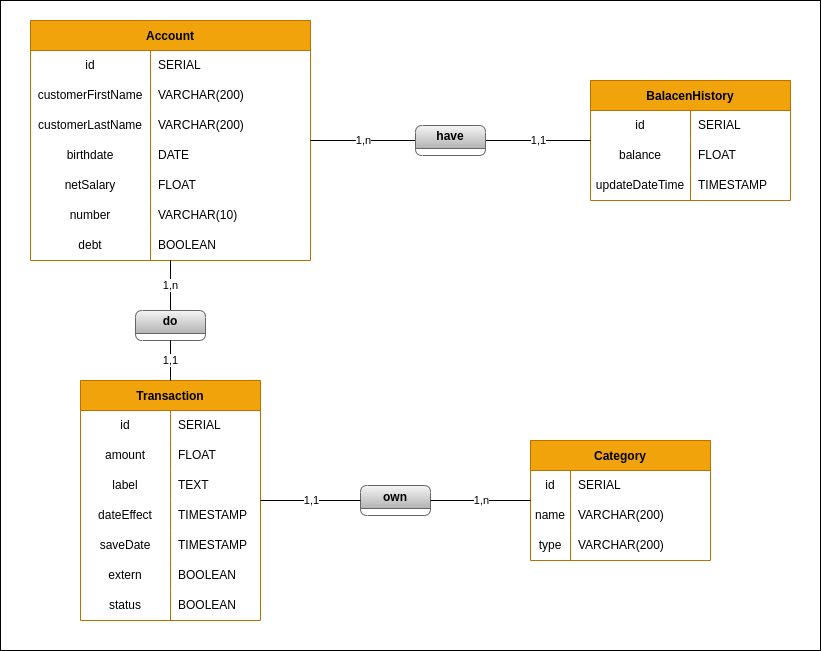
The draw.io diagram docs/MCD.png in NumBank/NumBank-API, before a commit. Source tidied: cells renumbered, new cells last; positions are measured from the earlier drawing's top-left corner, leaving out a move shared by most shapes. The source it was exported from:
```xml
<mxGraphModel background="#ffffff">
  <root>
    <mxCell id="0" />
    <mxCell id="1" parent="0" />
    <mxCell id="2" value="Account" style="shape=table;startSize=30;rowLines=0;fontStyle=1;fillColor=#f0a30a;fontColor=#000000;strokeColor=#BD7000;" parent="1" vertex="1">
      <mxGeometry x="30" y="20" width="280" height="240" as="geometry" />
    </mxCell>
    <mxCell id="3" style="shape=tableRow;horizontal=0;startSize=0;swimlaneHead=0;swimlaneBody=0;top=0;left=0;bottom=0;right=0;fillColor=none;" parent="2" vertex="1">
      <mxGeometry y="30" width="280" height="30" as="geometry" />
    </mxCell>
    <mxCell id="4" value="id" style="shape=partialRectangle;html=1;whiteSpace=wrap;fillColor=none;top=0;left=0;bottom=0;right=0;overflow=hidden;" parent="3" vertex="1">
      <mxGeometry width="120" height="30" as="geometry" />
    </mxCell>
    <mxCell id="5" value="SERIAL" style="shape=partialRectangle;html=1;whiteSpace=wrap;fillColor=none;top=0;left=0;bottom=0;right=0;align=left;spacingLeft=6;overflow=hidden;" parent="3" vertex="1">
      <mxGeometry x="120" width="160" height="30" as="geometry" />
    </mxCell>
    <mxCell id="6" style="shape=tableRow;horizontal=0;startSize=0;swimlaneHead=0;swimlaneBody=0;top=0;left=0;bottom=0;right=0;fillColor=none;" parent="2" vertex="1">
      <mxGeometry y="60" width="280" height="30" as="geometry" />
    </mxCell>
    <mxCell id="7" value="customerFirstName" style="shape=partialRectangle;html=1;whiteSpace=wrap;fillColor=none;top=0;left=0;bottom=0;right=0;overflow=hidden;" parent="6" vertex="1">
      <mxGeometry width="120" height="30" as="geometry" />
    </mxCell>
    <mxCell id="8" value="VARCHAR(200)" style="shape=partialRectangle;html=1;whiteSpace=wrap;fillColor=none;top=0;left=0;bottom=0;right=0;align=left;spacingLeft=6;overflow=hidden;" parent="6" vertex="1">
      <mxGeometry x="120" width="160" height="30" as="geometry" />
    </mxCell>
    <mxCell id="9" style="shape=tableRow;horizontal=0;startSize=0;swimlaneHead=0;swimlaneBody=0;top=0;left=0;bottom=0;right=0;fillColor=none;" parent="2" vertex="1">
      <mxGeometry y="90" width="280" height="30" as="geometry" />
    </mxCell>
    <mxCell id="10" value="customerLastName" style="shape=partialRectangle;html=1;whiteSpace=wrap;fillColor=none;top=0;left=0;bottom=0;right=0;overflow=hidden;" parent="9" vertex="1">
      <mxGeometry width="120" height="30" as="geometry" />
    </mxCell>
    <mxCell id="11" value="VARCHAR(200)" style="shape=partialRectangle;html=1;whiteSpace=wrap;fillColor=none;top=0;left=0;bottom=0;right=0;align=left;spacingLeft=6;overflow=hidden;" parent="9" vertex="1">
      <mxGeometry x="120" width="160" height="30" as="geometry" />
    </mxCell>
    <mxCell id="12" style="shape=tableRow;horizontal=0;startSize=0;swimlaneHead=0;swimlaneBody=0;top=0;left=0;bottom=0;right=0;fillColor=none;" parent="2" vertex="1">
      <mxGeometry y="120" width="280" height="30" as="geometry" />
    </mxCell>
    <mxCell id="13" value="birthdate" style="shape=partialRectangle;html=1;whiteSpace=wrap;fillColor=none;top=0;left=0;bottom=0;right=0;overflow=hidden;" parent="12" vertex="1">
      <mxGeometry width="120" height="30" as="geometry" />
    </mxCell>
    <mxCell id="14" value="DATE" style="shape=partialRectangle;html=1;whiteSpace=wrap;fillColor=none;top=0;left=0;bottom=0;right=0;align=left;spacingLeft=6;overflow=hidden;" parent="12" vertex="1">
      <mxGeometry x="120" width="160" height="30" as="geometry" />
    </mxCell>
    <mxCell id="15" style="shape=tableRow;horizontal=0;startSize=0;swimlaneHead=0;swimlaneBody=0;top=0;left=0;bottom=0;right=0;fillColor=none;" parent="2" vertex="1">
      <mxGeometry y="150" width="280" height="30" as="geometry" />
    </mxCell>
    <mxCell id="16" value="netSalary" style="shape=partialRectangle;html=1;whiteSpace=wrap;fillColor=none;top=0;left=0;bottom=0;right=0;overflow=hidden;" parent="15" vertex="1">
      <mxGeometry width="120" height="30" as="geometry" />
    </mxCell>
    <mxCell id="17" value="FLOAT" style="shape=partialRectangle;html=1;whiteSpace=wrap;fillColor=none;top=0;left=0;bottom=0;right=0;align=left;spacingLeft=6;overflow=hidden;" parent="15" vertex="1">
      <mxGeometry x="120" width="160" height="30" as="geometry" />
    </mxCell>
    <mxCell id="18" style="shape=tableRow;horizontal=0;startSize=0;swimlaneHead=0;swimlaneBody=0;top=0;left=0;bottom=0;right=0;fillColor=none;" parent="2" vertex="1">
      <mxGeometry y="180" width="280" height="30" as="geometry" />
    </mxCell>
    <mxCell id="19" value="number" style="shape=partialRectangle;html=1;whiteSpace=wrap;fillColor=none;top=0;left=0;bottom=0;right=0;overflow=hidden;" parent="18" vertex="1">
      <mxGeometry width="120" height="30" as="geometry" />
    </mxCell>
    <mxCell id="20" value="VARCHAR(10)" style="shape=partialRectangle;html=1;whiteSpace=wrap;fillColor=none;top=0;left=0;bottom=0;right=0;align=left;spacingLeft=6;overflow=hidden;" parent="18" vertex="1">
      <mxGeometry x="120" width="160" height="30" as="geometry" />
    </mxCell>
    <mxCell id="21" style="shape=tableRow;horizontal=0;startSize=0;swimlaneHead=0;swimlaneBody=0;top=0;left=0;bottom=0;right=0;fillColor=none;" parent="2" vertex="1">
      <mxGeometry y="210" width="280" height="30" as="geometry" />
    </mxCell>
    <mxCell id="22" value="debt" style="shape=partialRectangle;html=1;whiteSpace=wrap;fillColor=none;top=0;left=0;bottom=0;right=0;overflow=hidden;" parent="21" vertex="1">
      <mxGeometry width="120" height="30" as="geometry" />
    </mxCell>
    <mxCell id="23" value="BOOLEAN" style="shape=partialRectangle;html=1;whiteSpace=wrap;fillColor=none;top=0;left=0;bottom=0;right=0;align=left;spacingLeft=6;overflow=hidden;" parent="21" vertex="1">
      <mxGeometry x="120" width="160" height="30" as="geometry" />
    </mxCell>
    <mxCell id="24" value="BalacenHistory" style="shape=table;startSize=30;rowLines=0;fontStyle=1;fillColor=#f0a30a;fontColor=#000000;strokeColor=#BD7000;" parent="1" vertex="1">
      <mxGeometry x="590" y="80" width="200" height="120" as="geometry" />
    </mxCell>
    <mxCell id="25" style="shape=tableRow;horizontal=0;startSize=0;swimlaneHead=0;swimlaneBody=0;top=0;left=0;bottom=0;right=0;fillColor=none;" parent="24" vertex="1">
      <mxGeometry y="30" width="200" height="30" as="geometry" />
    </mxCell>
    <mxCell id="26" value="id" style="shape=partialRectangle;html=1;whiteSpace=wrap;fillColor=none;top=0;left=0;bottom=0;right=0;overflow=hidden;" parent="25" vertex="1">
      <mxGeometry width="100" height="30" as="geometry" />
    </mxCell>
    <mxCell id="27" value="SERIAL" style="shape=partialRectangle;html=1;whiteSpace=wrap;fillColor=none;top=0;left=0;bottom=0;right=0;align=left;spacingLeft=6;overflow=hidden;" parent="25" vertex="1">
      <mxGeometry x="100" width="100" height="30" as="geometry" />
    </mxCell>
    <mxCell id="28" style="shape=tableRow;horizontal=0;startSize=0;swimlaneHead=0;swimlaneBody=0;top=0;left=0;bottom=0;right=0;fillColor=none;" parent="24" vertex="1">
      <mxGeometry y="60" width="200" height="30" as="geometry" />
    </mxCell>
    <mxCell id="29" value="balance" style="shape=partialRectangle;html=1;whiteSpace=wrap;fillColor=none;top=0;left=0;bottom=0;right=0;overflow=hidden;" parent="28" vertex="1">
      <mxGeometry width="100" height="30" as="geometry" />
    </mxCell>
    <mxCell id="30" value="FLOAT" style="shape=partialRectangle;html=1;whiteSpace=wrap;fillColor=none;top=0;left=0;bottom=0;right=0;align=left;spacingLeft=6;overflow=hidden;" parent="28" vertex="1">
      <mxGeometry x="100" width="100" height="30" as="geometry" />
    </mxCell>
    <mxCell id="31" style="shape=tableRow;horizontal=0;startSize=0;swimlaneHead=0;swimlaneBody=0;top=0;left=0;bottom=0;right=0;fillColor=none;" parent="24" vertex="1">
      <mxGeometry y="90" width="200" height="30" as="geometry" />
    </mxCell>
    <mxCell id="32" value="updateDateTime" style="shape=partialRectangle;html=1;whiteSpace=wrap;fillColor=none;top=0;left=0;bottom=0;right=0;overflow=hidden;" parent="31" vertex="1">
      <mxGeometry width="100" height="30" as="geometry" />
    </mxCell>
    <mxCell id="33" value="TIMESTAMP" style="shape=partialRectangle;html=1;whiteSpace=wrap;fillColor=none;top=0;left=0;bottom=0;right=0;align=left;spacingLeft=6;overflow=hidden;" parent="31" vertex="1">
      <mxGeometry x="100" width="100" height="30" as="geometry" />
    </mxCell>
    <mxCell id="34" value="Transaction" style="shape=table;startSize=30;rowLines=0;fontStyle=1;fillColor=#f0a30a;fontColor=#000000;strokeColor=#BD7000;" parent="1" vertex="1">
      <mxGeometry x="80" y="380" width="180" height="240" as="geometry" />
    </mxCell>
    <mxCell id="35" style="shape=tableRow;horizontal=0;startSize=0;swimlaneHead=0;swimlaneBody=0;top=0;left=0;bottom=0;right=0;fillColor=none;" parent="34" vertex="1">
      <mxGeometry y="30" width="180" height="30" as="geometry" />
    </mxCell>
    <mxCell id="36" value="id" style="shape=partialRectangle;html=1;whiteSpace=wrap;fillColor=none;top=0;left=0;bottom=0;right=0;overflow=hidden;" parent="35" vertex="1">
      <mxGeometry width="90" height="30" as="geometry" />
    </mxCell>
    <mxCell id="37" value="SERIAL" style="shape=partialRectangle;html=1;whiteSpace=wrap;fillColor=none;top=0;left=0;bottom=0;right=0;align=left;spacingLeft=6;overflow=hidden;" parent="35" vertex="1">
      <mxGeometry x="90" width="90" height="30" as="geometry" />
    </mxCell>
    <mxCell id="38" style="shape=tableRow;horizontal=0;startSize=0;swimlaneHead=0;swimlaneBody=0;top=0;left=0;bottom=0;right=0;fillColor=none;" parent="34" vertex="1">
      <mxGeometry y="60" width="180" height="30" as="geometry" />
    </mxCell>
    <mxCell id="39" value="amount" style="shape=partialRectangle;html=1;whiteSpace=wrap;fillColor=none;top=0;left=0;bottom=0;right=0;overflow=hidden;" parent="38" vertex="1">
      <mxGeometry width="90" height="30" as="geometry" />
    </mxCell>
    <mxCell id="40" value="FLOAT" style="shape=partialRectangle;html=1;whiteSpace=wrap;fillColor=none;top=0;left=0;bottom=0;right=0;align=left;spacingLeft=6;overflow=hidden;" parent="38" vertex="1">
      <mxGeometry x="90" width="90" height="30" as="geometry" />
    </mxCell>
    <mxCell id="41" style="shape=tableRow;horizontal=0;startSize=0;swimlaneHead=0;swimlaneBody=0;top=0;left=0;bottom=0;right=0;fillColor=none;" parent="34" vertex="1">
      <mxGeometry y="90" width="180" height="30" as="geometry" />
    </mxCell>
    <mxCell id="42" value="label" style="shape=partialRectangle;html=1;whiteSpace=wrap;fillColor=none;top=0;left=0;bottom=0;right=0;overflow=hidden;" parent="41" vertex="1">
      <mxGeometry width="90" height="30" as="geometry" />
    </mxCell>
    <mxCell id="43" value="TEXT" style="shape=partialRectangle;html=1;whiteSpace=wrap;fillColor=none;top=0;left=0;bottom=0;right=0;align=left;spacingLeft=6;overflow=hidden;" parent="41" vertex="1">
      <mxGeometry x="90" width="90" height="30" as="geometry" />
    </mxCell>
    <mxCell id="44" style="shape=tableRow;horizontal=0;startSize=0;swimlaneHead=0;swimlaneBody=0;top=0;left=0;bottom=0;right=0;fillColor=none;" parent="34" vertex="1">
      <mxGeometry y="120" width="180" height="30" as="geometry" />
    </mxCell>
    <mxCell id="45" value="dateEffect" style="shape=partialRectangle;html=1;whiteSpace=wrap;fillColor=none;top=0;left=0;bottom=0;right=0;overflow=hidden;" parent="44" vertex="1">
      <mxGeometry width="90" height="30" as="geometry" />
    </mxCell>
    <mxCell id="46" value="TIMESTAMP" style="shape=partialRectangle;html=1;whiteSpace=wrap;fillColor=none;top=0;left=0;bottom=0;right=0;align=left;spacingLeft=6;overflow=hidden;" parent="44" vertex="1">
      <mxGeometry x="90" width="90" height="30" as="geometry" />
    </mxCell>
    <mxCell id="47" style="shape=tableRow;horizontal=0;startSize=0;swimlaneHead=0;swimlaneBody=0;top=0;left=0;bottom=0;right=0;fillColor=none;" parent="34" vertex="1">
      <mxGeometry y="150" width="180" height="30" as="geometry" />
    </mxCell>
    <mxCell id="48" value="saveDate" style="shape=partialRectangle;html=1;whiteSpace=wrap;fillColor=none;top=0;left=0;bottom=0;right=0;overflow=hidden;" parent="47" vertex="1">
      <mxGeometry width="90" height="30" as="geometry" />
    </mxCell>
    <mxCell id="49" value="TIMESTAMP" style="shape=partialRectangle;html=1;whiteSpace=wrap;fillColor=none;top=0;left=0;bottom=0;right=0;align=left;spacingLeft=6;overflow=hidden;" parent="47" vertex="1">
      <mxGeometry x="90" width="90" height="30" as="geometry" />
    </mxCell>
    <mxCell id="50" style="shape=tableRow;horizontal=0;startSize=0;swimlaneHead=0;swimlaneBody=0;top=0;left=0;bottom=0;right=0;fillColor=none;" parent="34" vertex="1">
      <mxGeometry y="180" width="180" height="30" as="geometry" />
    </mxCell>
    <mxCell id="51" value="extern" style="shape=partialRectangle;html=1;whiteSpace=wrap;fillColor=none;top=0;left=0;bottom=0;right=0;overflow=hidden;" parent="50" vertex="1">
      <mxGeometry width="90" height="30" as="geometry" />
    </mxCell>
    <mxCell id="52" value="BOOLEAN" style="shape=partialRectangle;html=1;whiteSpace=wrap;fillColor=none;top=0;left=0;bottom=0;right=0;align=left;spacingLeft=6;overflow=hidden;" parent="50" vertex="1">
      <mxGeometry x="90" width="90" height="30" as="geometry" />
    </mxCell>
    <mxCell id="53" style="shape=tableRow;horizontal=0;startSize=0;swimlaneHead=0;swimlaneBody=0;top=0;left=0;bottom=0;right=0;fillColor=none;" parent="34" vertex="1">
      <mxGeometry y="210" width="180" height="30" as="geometry" />
    </mxCell>
    <mxCell id="54" value="status" style="shape=partialRectangle;html=1;whiteSpace=wrap;fillColor=none;top=0;left=0;bottom=0;right=0;overflow=hidden;" parent="53" vertex="1">
      <mxGeometry width="90" height="30" as="geometry" />
    </mxCell>
    <mxCell id="55" value="BOOLEAN" style="shape=partialRectangle;html=1;whiteSpace=wrap;fillColor=none;top=0;left=0;bottom=0;right=0;align=left;spacingLeft=6;overflow=hidden;" parent="53" vertex="1">
      <mxGeometry x="90" width="90" height="30" as="geometry" />
    </mxCell>
    <mxCell id="56" value="Category" style="shape=table;startSize=30;rowLines=0;fontStyle=1;fillColor=#f0a30a;fontColor=#000000;strokeColor=#BD7000;" parent="1" vertex="1">
      <mxGeometry x="530" y="440" width="180" height="120" as="geometry" />
    </mxCell>
    <mxCell id="57" style="shape=tableRow;horizontal=0;startSize=0;swimlaneHead=0;swimlaneBody=0;top=0;left=0;bottom=0;right=0;fillColor=none;" parent="56" vertex="1">
      <mxGeometry y="30" width="180" height="30" as="geometry" />
    </mxCell>
    <mxCell id="58" value="id" style="shape=partialRectangle;html=1;whiteSpace=wrap;fillColor=none;top=0;left=0;bottom=0;right=0;overflow=hidden;" parent="57" vertex="1">
      <mxGeometry width="40" height="30" as="geometry" />
    </mxCell>
    <mxCell id="59" value="SERIAL" style="shape=partialRectangle;html=1;whiteSpace=wrap;fillColor=none;top=0;left=0;bottom=0;right=0;align=left;spacingLeft=6;overflow=hidden;" parent="57" vertex="1">
      <mxGeometry x="40" width="140" height="30" as="geometry" />
    </mxCell>
    <mxCell id="60" style="shape=tableRow;horizontal=0;startSize=0;swimlaneHead=0;swimlaneBody=0;top=0;left=0;bottom=0;right=0;fillColor=none;" parent="56" vertex="1">
      <mxGeometry y="60" width="180" height="30" as="geometry" />
    </mxCell>
    <mxCell id="61" value="name" style="shape=partialRectangle;html=1;whiteSpace=wrap;fillColor=none;top=0;left=0;bottom=0;right=0;overflow=hidden;" parent="60" vertex="1">
      <mxGeometry width="40" height="30" as="geometry" />
    </mxCell>
    <mxCell id="62" value="VARCHAR(200)" style="shape=partialRectangle;html=1;whiteSpace=wrap;fillColor=none;top=0;left=0;bottom=0;right=0;align=left;spacingLeft=6;overflow=hidden;" parent="60" vertex="1">
      <mxGeometry x="40" width="140" height="30" as="geometry" />
    </mxCell>
    <mxCell id="63" style="shape=tableRow;horizontal=0;startSize=0;swimlaneHead=0;swimlaneBody=0;top=0;left=0;bottom=0;right=0;fillColor=none;" parent="56" vertex="1">
      <mxGeometry y="90" width="180" height="30" as="geometry" />
    </mxCell>
    <mxCell id="64" value="type" style="shape=partialRectangle;html=1;whiteSpace=wrap;fillColor=none;top=0;left=0;bottom=0;right=0;overflow=hidden;" parent="63" vertex="1">
      <mxGeometry width="40" height="30" as="geometry" />
    </mxCell>
    <mxCell id="65" value="VARCHAR(200)" style="shape=partialRectangle;html=1;whiteSpace=wrap;fillColor=none;top=0;left=0;bottom=0;right=0;align=left;spacingLeft=6;overflow=hidden;" parent="63" vertex="1">
      <mxGeometry x="40" width="140" height="30" as="geometry" />
    </mxCell>
    <mxCell id="66" value="own" style="swimlane;whiteSpace=wrap;html=1;rounded=1;fillColor=#f5f5f5;gradientColor=#b3b3b3;strokeColor=#666666;" parent="1" vertex="1">
      <mxGeometry x="360" y="485" width="70" height="30" as="geometry" />
    </mxCell>
    <mxCell id="67" value="1,n" style="endArrow=none;html=1;" parent="1" edge="1" source="66" target="56">
      <mxGeometry relative="1" as="geometry" />
    </mxCell>
    <mxCell id="68" value="1,1" style="endArrow=none;html=1;" parent="1" edge="1" source="34" target="66">
      <mxGeometry relative="1" as="geometry" />
    </mxCell>
    <mxCell id="69" value="1,1" style="endArrow=none;html=1;" parent="1" edge="1" source="74" target="24">
      <mxGeometry relative="1" as="geometry" />
    </mxCell>
    <mxCell id="70" value="1,n" style="endArrow=none;html=1;" parent="1" edge="1" source="72" target="2">
      <mxGeometry relative="1" as="geometry" />
    </mxCell>
    <mxCell id="71" value="1,n" style="endArrow=none;html=1;" parent="1" edge="1" source="2" target="74">
      <mxGeometry relative="1" as="geometry" />
    </mxCell>
    <mxCell id="72" value="do" style="swimlane;whiteSpace=wrap;html=1;rounded=1;startSize=23;fillColor=#f5f5f5;gradientColor=#b3b3b3;strokeColor=#666666;" parent="1" vertex="1">
      <mxGeometry x="135" y="310" width="70" height="30" as="geometry" />
    </mxCell>
    <mxCell id="73" value="1,1" style="endArrow=none;html=1;" parent="1" edge="1" source="34" target="72">
      <mxGeometry relative="1" as="geometry" />
    </mxCell>
    <mxCell id="74" value="have" style="swimlane;whiteSpace=wrap;html=1;rounded=1;startSize=23;fillColor=#f5f5f5;gradientColor=#b3b3b3;strokeColor=#666666;" parent="1" vertex="1">
      <mxGeometry x="415" y="125" width="70" height="30" as="geometry" />
    </mxCell>
    <mxCell id="75" style="rounded=0;whiteSpace=wrap;html=1;fillColor=none;" parent="1" vertex="1">
      <mxGeometry width="820" height="650" as="geometry" />
    </mxCell>
  </root>
</mxGraphModel>
```
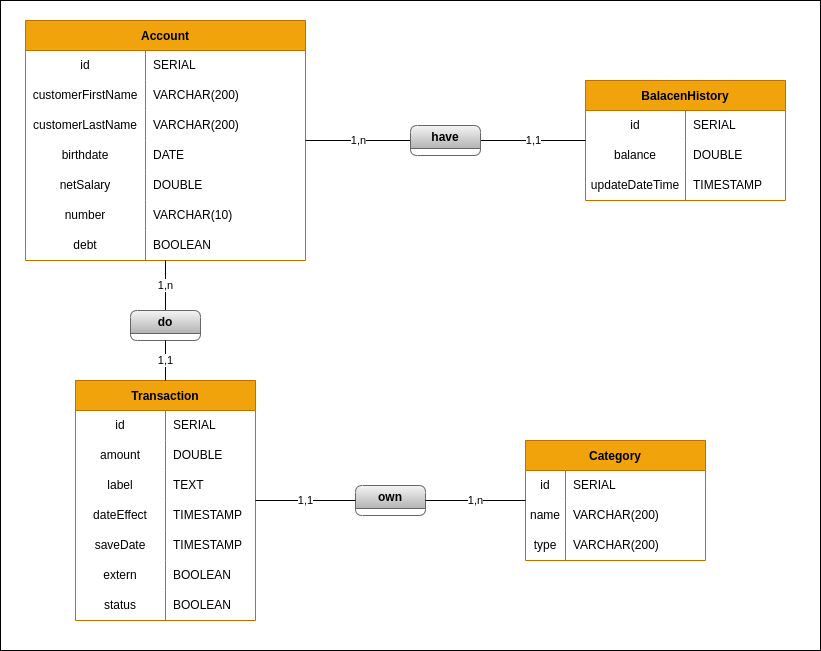
After the change.

What changed in the source:
```diff
@@ -47,7 +47,7 @@
     <mxCell id="16" value="netSalary" style="shape=partialRectangle;html=1;whiteSpace=wrap;fillColor=none;top=0;left=0;bottom=0;right=0;overflow=hidden;" parent="15" vertex="1">
       <mxGeometry width="120" height="30" as="geometry" />
     </mxCell>
-    <mxCell id="17" value="FLOAT" style="shape=partialRectangle;html=1;whiteSpace=wrap;fillColor=none;top=0;left=0;bottom=0;right=0;align=left;spacingLeft=6;overflow=hidden;" parent="15" vertex="1">
+    <mxCell id="17" value="DOUBLE" style="shape=partialRectangle;html=1;whiteSpace=wrap;fillColor=none;top=0;left=0;bottom=0;right=0;align=left;spacingLeft=6;overflow=hidden;" parent="15" vertex="1">
       <mxGeometry x="120" width="160" height="30" as="geometry" />
     </mxCell>
     <mxCell id="18" style="shape=tableRow;horizontal=0;startSize=0;swimlaneHead=0;swimlaneBody=0;top=0;left=0;bottom=0;right=0;fillColor=none;" parent="2" vertex="1">
@@ -86,7 +86,7 @@
     <mxCell id="29" value="balance" style="shape=partialRectangle;html=1;whiteSpace=wrap;fillColor=none;top=0;left=0;bottom=0;right=0;overflow=hidden;" parent="28" vertex="1">
       <mxGeometry width="100" height="30" as="geometry" />
     </mxCell>
-    <mxCell id="30" value="FLOAT" style="shape=partialRectangle;html=1;whiteSpace=wrap;fillColor=none;top=0;left=0;bottom=0;right=0;align=left;spacingLeft=6;overflow=hidden;" parent="28" vertex="1">
+    <mxCell id="30" value="DOUBLE" style="shape=partialRectangle;html=1;whiteSpace=wrap;fillColor=none;top=0;left=0;bottom=0;right=0;align=left;spacingLeft=6;overflow=hidden;" parent="28" vertex="1">
       <mxGeometry x="100" width="100" height="30" as="geometry" />
     </mxCell>
     <mxCell id="31" style="shape=tableRow;horizontal=0;startSize=0;swimlaneHead=0;swimlaneBody=0;top=0;left=0;bottom=0;right=0;fillColor=none;" parent="24" vertex="1">
@@ -116,7 +116,7 @@
     <mxCell id="39" value="amount" style="shape=partialRectangle;html=1;whiteSpace=wrap;fillColor=none;top=0;left=0;bottom=0;right=0;overflow=hidden;" parent="38" vertex="1">
       <mxGeometry width="90" height="30" as="geometry" />
     </mxCell>
-    <mxCell id="40" value="FLOAT" style="shape=partialRectangle;html=1;whiteSpace=wrap;fillColor=none;top=0;left=0;bottom=0;right=0;align=left;spacingLeft=6;overflow=hidden;" parent="38" vertex="1">
+    <mxCell id="40" value="DOUBLE" style="shape=partialRectangle;html=1;whiteSpace=wrap;fillColor=none;top=0;left=0;bottom=0;right=0;align=left;spacingLeft=6;overflow=hidden;" parent="38" vertex="1">
       <mxGeometry x="90" width="90" height="30" as="geometry" />
     </mxCell>
     <mxCell id="41" style="shape=tableRow;horizontal=0;startSize=0;swimlaneHead=0;swimlaneBody=0;top=0;left=0;bottom=0;right=0;fillColor=none;" parent="34" vertex="1">
@@ -222,7 +222,7 @@
       <mxGeometry x="415" y="125" width="70" height="30" as="geometry" />
     </mxCell>
     <mxCell id="75" style="rounded=0;whiteSpace=wrap;html=1;fillColor=none;" parent="1" vertex="1">
-      <mxGeometry width="820" height="650" as="geometry" />
+      <mxGeometry x="5" width="820" height="650" as="geometry" />
     </mxCell>
   </root>
 </mxGraphModel>
```
